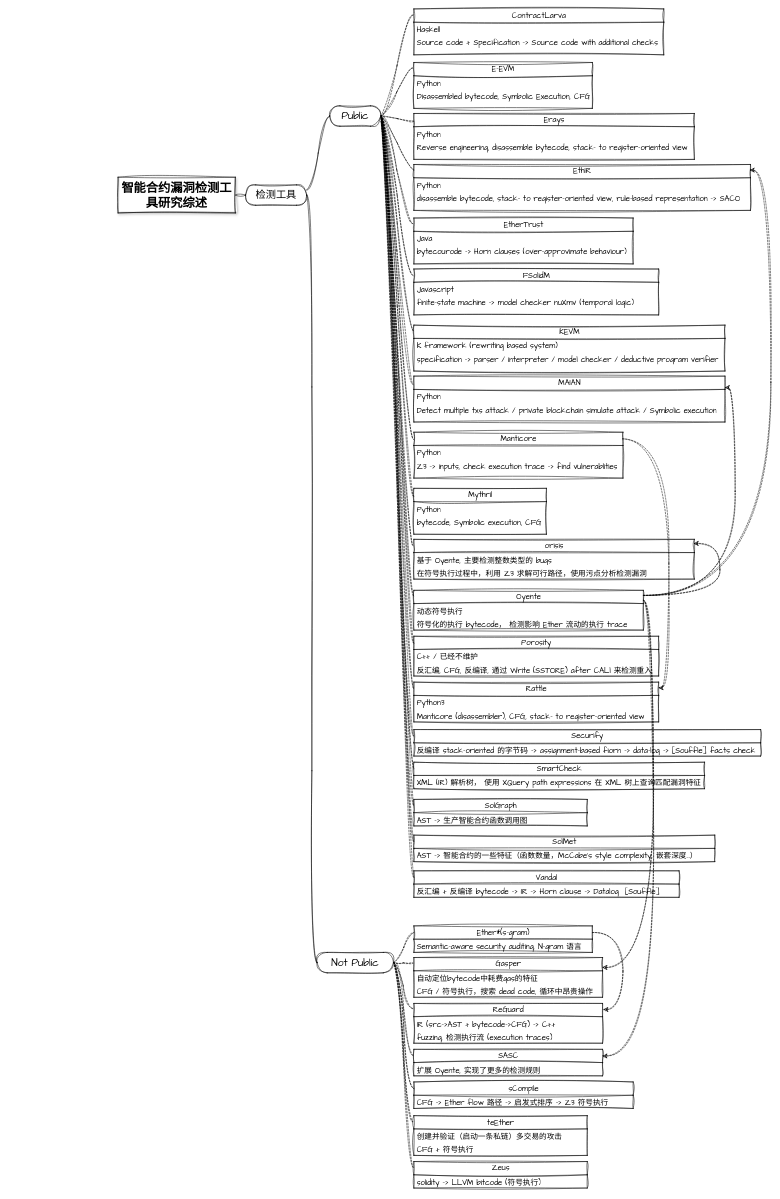
The draw.io diagram A Survey of Tools for Analyzing Ethereum Smart Contracts.drawio in 3-F/DrawIOTemplate, before the edit. Source tidied: cells renumbered, new cells numbered last; positions are measured from the earlier drawing's top-left corner, leaving out a move shared by most shapes. Both pictures are drawn from the tidied source at 51%, with x=0, y=0 at pixel (118, 9).
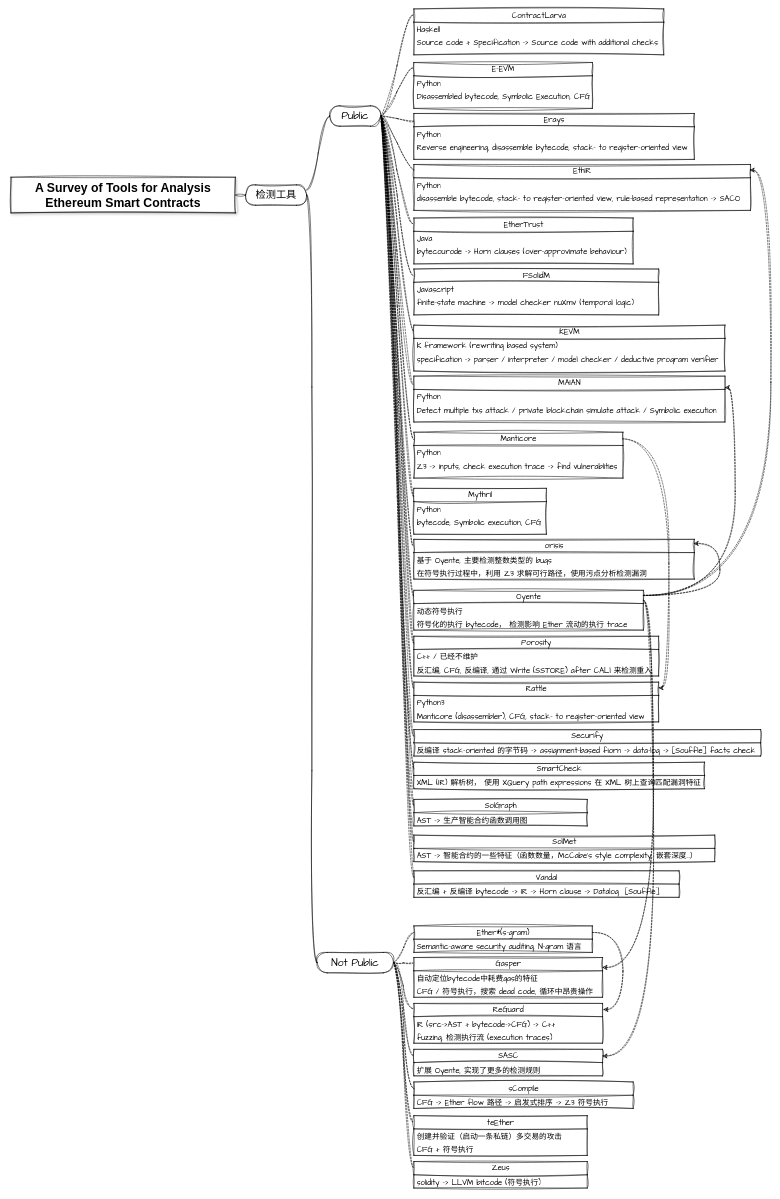
The same page after the edit.

The edit, as a diff of the source:
```diff
@@
-    <mxCell id="2" value="&lt;b&gt;&lt;font style=&quot;font-size: 24px;&quot;&gt;智能合约漏洞检测工具研究综述&lt;/font&gt;&lt;/b&gt;" style="whiteSpace=wrap;html=1;align=center;newEdgeStyle={&quot;edgeStyle&quot;:&quot;elbowEdgeStyle&quot;,&quot;startArrow&quot;:&quot;none&quot;,&quot;endArrow&quot;:&quot;none&quot;};sketch=1;curveFitting=1;jiggle=2;shadow=1;" parent="1" vertex="1">
-      <mxGeometry y="330" width="230" height="70" as="geometry" />
+    <mxCell id="2" value="&lt;b&gt;&lt;font style=&quot;font-size: 24px;&quot;&gt;A Survey of Tools for Analysis Ethereum Smart Contracts&lt;/font&gt;&lt;/b&gt;" style="whiteSpace=wrap;html=1;align=center;newEdgeStyle={&quot;edgeStyle&quot;:&quot;elbowEdgeStyle&quot;,&quot;startArrow&quot;:&quot;none&quot;,&quot;endArrow&quot;:&quot;none&quot;};sketch=1;curveFitting=1;jiggle=2;shadow=1;" parent="1" vertex="1">
+      <mxGeometry x="-210" y="330" width="440" height="70" as="geometry" />
     </mxCell>
```
